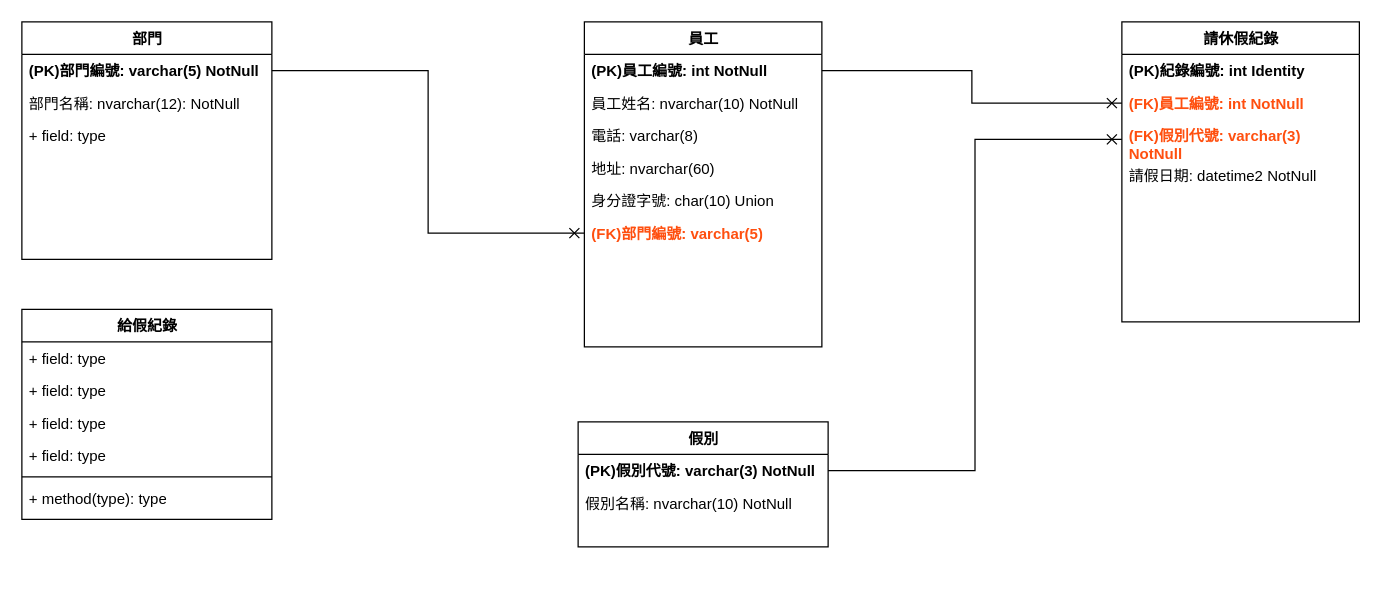
Above: Untitled Diagram.drawio in loveblue0121/T-SQL-ER (draw.io), before the change. Source tidied: cells renumbered, new cells numbered last; positions are measured from the earlier drawing's top-left corner, leaving out a move shared by most shapes. Both pictures are drawn from the tidied source at 125%, with x=0, y=0 at pixel (21, 21).
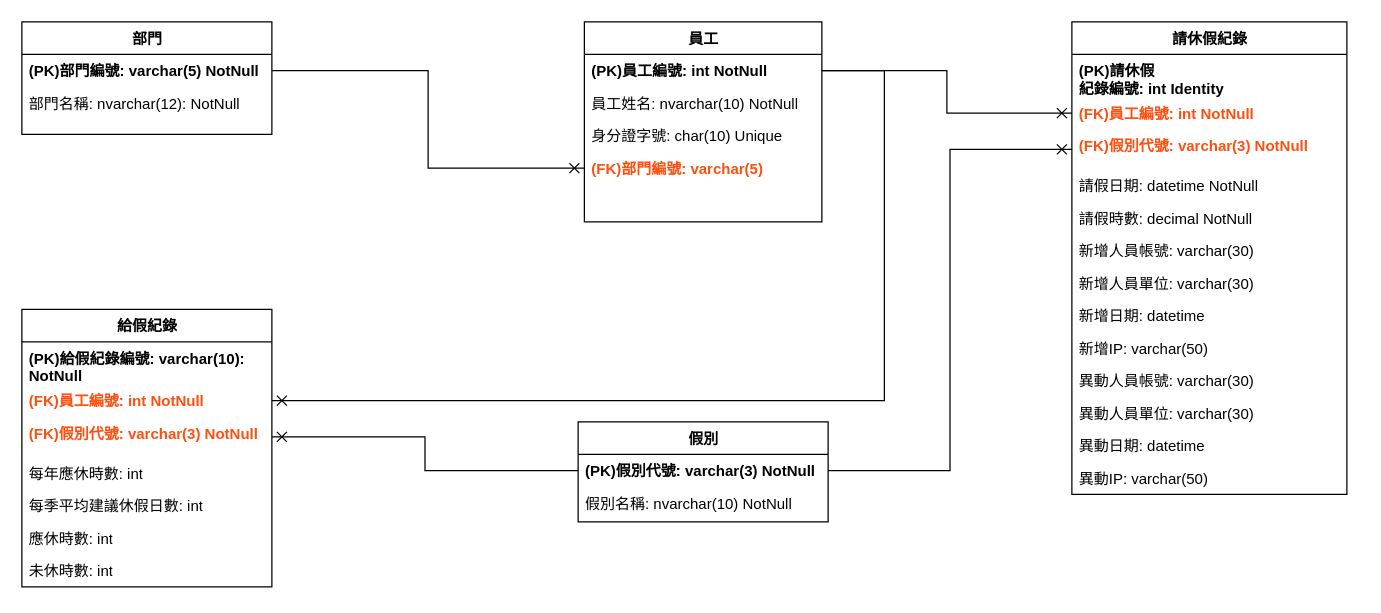
The same page after the edit.

The change refers to these unchanged cells:
```xml
<mxCell id="3" value="(PK)員工編號: int NotNull" style="text;html=1;strokeColor=none;fillColor=none;align=left;verticalAlign=top;spacingLeft=4;spacingRight=4;whiteSpace=wrap;overflow=hidden;points=[[0,0.5],[1,0.5]];portConstraint=eastwest;fontStyle=1;" parent="2" vertex="1">
  <mxGeometry y="26" width="190" height="26" as="geometry" />
</mxCell>
<mxCell id="33" value="(PK)假別代號: varchar(3) NotNull" style="text;html=1;strokeColor=none;fillColor=none;align=left;verticalAlign=top;spacingLeft=4;spacingRight=4;whiteSpace=wrap;overflow=hidden;points=[[0,0.5],[1,0.5]];portConstraint=eastwest;fontStyle=1;" parent="32" vertex="1">
  <mxGeometry y="26" width="200" height="26" as="geometry" />
</mxCell>
```

Diff of the diagram source:
```diff
@@
     <mxCell id="2" value="員工" style="swimlane;html=1;fontStyle=1;align=center;verticalAlign=top;horizontal=1;startSize=26;swimlaneFillColor=#ffffff;rounded=0;shadow=0;comic=0;labelBackgroundColor=none;strokeWidth=1;fillColor=none;fontFamily=Verdana;fontSize=12;" parent="1" vertex="1">
-      <mxGeometry x="450" width="190" height="260" as="geometry" />
+      <mxGeometry x="450" width="190" height="160" as="geometry" />
     </mxCell>
@@
-    <mxCell id="5" value="電話: varchar(8)" style="text;html=1;strokeColor=none;fillColor=none;align=left;verticalAlign=top;spacingLeft=4;spacingRight=4;whiteSpace=wrap;overflow=hidden;" parent="2" vertex="1">
-      <mxGeometry y="78" width="190" height="26" as="geometry" />
-    </mxCell>
-    <mxCell id="6" value="地址: nvarchar(60)" style="text;html=1;strokeColor=none;fillColor=none;align=left;verticalAlign=top;spacingLeft=4;spacingRight=4;whiteSpace=wrap;overflow=hidden;" parent="2" vertex="1">
-      <mxGeometry y="104" width="190" height="26" as="geometry" />
-    </mxCell>
-    <mxCell id="7" value="身分證字號: char(10) Union" style="text;html=1;strokeColor=none;fillColor=none;align=left;verticalAlign=top;spacingLeft=4;spacingRight=4;whiteSpace=wrap;overflow=hidden;" parent="2" vertex="1">
-      <mxGeometry y="130" width="190" height="26" as="geometry" />
+    <mxCell id="7" value="身分證字號: char(10) Unique" style="text;html=1;strokeColor=none;fillColor=none;align=left;verticalAlign=top;spacingLeft=4;spacingRight=4;whiteSpace=wrap;overflow=hidden;" parent="2" vertex="1">
+      <mxGeometry y="78" width="190" height="26" as="geometry" />
     </mxCell>
     <mxCell id="8" value="(FK)部門編號: varchar(5)" style="text;html=1;strokeColor=none;fillColor=none;align=left;verticalAlign=top;spacingLeft=4;spacingRight=4;whiteSpace=wrap;overflow=hidden;points=[[0,0.5],[1,0.5]];portConstraint=eastwest;fontColor=#FF4F0F;fontStyle=1;" parent="2" vertex="1">
-      <mxGeometry y="156" width="190" height="26" as="geometry" />
+      <mxGeometry y="104" width="190" height="26" as="geometry" />
     </mxCell>
-    <mxCell id="9" style="text;html=1;strokeColor=none;fillColor=none;align=left;verticalAlign=top;spacingLeft=4;spacingRight=4;whiteSpace=wrap;overflow=hidden;" parent="2" vertex="1">
-      <mxGeometry y="182" width="190" height="26" as="geometry" />
-    </mxCell>
     <mxCell id="10" style="text;html=1;strokeColor=none;fillColor=none;align=left;verticalAlign=top;spacingLeft=4;spacingRight=4;whiteSpace=wrap;overflow=hidden;" parent="2" vertex="1">
-      <mxGeometry y="208" width="190" height="26" as="geometry" />
+      <mxGeometry y="130" width="190" height="26" as="geometry" />
     </mxCell>
-    <mxCell id="11" style="text;html=1;strokeColor=none;fillColor=none;align=left;verticalAlign=top;spacingLeft=4;spacingRight=4;whiteSpace=wrap;overflow=hidden;" parent="2" vertex="1">
-      <mxGeometry y="234" width="190" height="26" as="geometry" />
-    </mxCell>
     <mxCell id="12" value="部門" style="swimlane;html=1;fontStyle=1;align=center;verticalAlign=top;horizontal=1;startSize=26;swimlaneFillColor=#ffffff;rounded=0;shadow=0;comic=0;labelBackgroundColor=none;strokeWidth=1;fillColor=none;fontFamily=Verdana;fontSize=12;" parent="1" vertex="1">
-      <mxGeometry width="200" height="190" as="geometry" />
+      <mxGeometry width="200" height="90" as="geometry" />
     </mxCell>
@@
-    <mxCell id="15" value="+ field: type" style="text;html=1;strokeColor=none;fillColor=none;align=left;verticalAlign=top;spacingLeft=4;spacingRight=4;whiteSpace=wrap;overflow=hidden;" parent="12" vertex="1">
-      <mxGeometry y="78" width="200" height="26" as="geometry" />
-    </mxCell>
     <mxCell id="16" value="請休假紀錄" style="swimlane;html=1;fontStyle=1;align=center;verticalAlign=top;horizontal=1;startSize=26;swimlaneFillColor=#ffffff;rounded=0;shadow=0;comic=0;labelBackgroundColor=none;strokeWidth=1;fillColor=none;fontFamily=Verdana;fontSize=12;" parent="1" vertex="1">
-      <mxGeometry x="880" width="190" height="240" as="geometry" />
+      <mxGeometry x="840" width="220" height="378" as="geometry" />
     </mxCell>
-    <mxCell id="17" value="(PK)紀錄編號: int Identity" style="text;html=1;strokeColor=none;fillColor=none;align=left;verticalAlign=top;spacingLeft=4;spacingRight=4;whiteSpace=wrap;overflow=hidden;fontStyle=1;" parent="16" vertex="1">
-      <mxGeometry y="26" width="190" height="26" as="geometry" />
+    <mxCell id="17" value="(PK)&lt;span style=&quot;font-family: &amp;#34;verdana&amp;#34; ; text-align: center&quot;&gt;請休假&lt;/span&gt;&lt;br&gt;紀錄編號: int Identity" style="text;html=1;strokeColor=none;fillColor=none;align=left;verticalAlign=top;spacingLeft=4;spacingRight=4;whiteSpace=wrap;overflow=hidden;fontStyle=1;" parent="16" vertex="1">
+      <mxGeometry y="26" width="220" height="34" as="geometry" />
     </mxCell>
     <mxCell id="18" value="(FK)員工編號: int NotNull" style="text;html=1;strokeColor=none;fillColor=none;align=left;verticalAlign=top;spacingLeft=4;spacingRight=4;whiteSpace=wrap;overflow=hidden;points=[[0,0.5],[1,0.5]];portConstraint=eastwest;fontColor=#FF4F0F;fontStyle=1;" parent="16" vertex="1">
-      <mxGeometry y="52" width="190" height="26" as="geometry" />
+      <mxGeometry y="60" width="220" height="26" as="geometry" />
     </mxCell>
     <mxCell id="19" value="(FK)假別代號: varchar(3) NotNull" style="text;html=1;strokeColor=none;fillColor=none;align=left;verticalAlign=top;spacingLeft=4;spacingRight=4;whiteSpace=wrap;overflow=hidden;points=[[0,0.5],[1,0.5]];portConstraint=eastwest;fontStyle=1;fontColor=#FF4F0F;" parent="16" vertex="1">
-      <mxGeometry y="78" width="190" height="32" as="geometry" />
+      <mxGeometry y="86" width="220" height="32" as="geometry" />
     </mxCell>
-    <mxCell id="20" value="請假日期: datetime2 NotNull" style="text;html=1;strokeColor=none;fillColor=none;align=left;verticalAlign=top;spacingLeft=4;spacingRight=4;whiteSpace=wrap;overflow=hidden;" parent="16" vertex="1">
-      <mxGeometry y="110" width="190" height="26" as="geometry" />
+    <mxCell id="20" value="請假日期: datetime NotNull" style="text;html=1;strokeColor=none;fillColor=none;align=left;verticalAlign=top;spacingLeft=4;spacingRight=4;whiteSpace=wrap;overflow=hidden;" parent="16" vertex="1">
+      <mxGeometry y="118" width="220" height="26" as="geometry" />
     </mxCell>
+    <mxCell id="38" value="請假時數: decimal NotNull" style="text;html=1;strokeColor=none;fillColor=none;align=left;verticalAlign=top;spacingLeft=4;spacingRight=4;whiteSpace=wrap;overflow=hidden;" parent="16" vertex="1">
+      <mxGeometry y="144" width="220" height="26" as="geometry" />
+    </mxCell>
+    <mxCell id="9" value="新增人員帳號: varchar(30)" style="text;html=1;strokeColor=none;fillColor=none;align=left;verticalAlign=top;spacingLeft=4;spacingRight=4;whiteSpace=wrap;overflow=hidden;" parent="16" vertex="1">
+      <mxGeometry y="170" width="220" height="26" as="geometry" />
+    </mxCell>
-    <mxCell id="21" style="text;html=1;strokeColor=none;fillColor=none;align=left;verticalAlign=top;spacingLeft=4;spacingRight=4;whiteSpace=wrap;overflow=hidden;" parent="16" vertex="1">
-      <mxGeometry y="136" width="190" height="26" as="geometry" />
+    <mxCell id="21" value="新增人員單位: varchar(30)" style="text;html=1;strokeColor=none;fillColor=none;align=left;verticalAlign=top;spacingLeft=4;spacingRight=4;whiteSpace=wrap;overflow=hidden;" parent="16" vertex="1">
+      <mxGeometry y="196" width="220" height="26" as="geometry" />
     </mxCell>
-    <mxCell id="22" style="text;html=1;strokeColor=none;fillColor=none;align=left;verticalAlign=top;spacingLeft=4;spacingRight=4;whiteSpace=wrap;overflow=hidden;" parent="16" vertex="1">
-      <mxGeometry y="162" width="190" height="26" as="geometry" />
+    <mxCell id="22" value="新增日期: datetime" style="text;html=1;strokeColor=none;fillColor=none;align=left;verticalAlign=top;spacingLeft=4;spacingRight=4;whiteSpace=wrap;overflow=hidden;" parent="16" vertex="1">
+      <mxGeometry y="222" width="220" height="26" as="geometry" />
     </mxCell>
-    <mxCell id="23" style="text;html=1;strokeColor=none;fillColor=none;align=left;verticalAlign=top;spacingLeft=4;spacingRight=4;whiteSpace=wrap;overflow=hidden;" parent="16" vertex="1">
-      <mxGeometry y="188" width="190" height="26" as="geometry" />
+    <mxCell id="23" value="新增IP: varchar(50)" style="text;html=1;strokeColor=none;fillColor=none;align=left;verticalAlign=top;spacingLeft=4;spacingRight=4;whiteSpace=wrap;overflow=hidden;" parent="16" vertex="1">
+      <mxGeometry y="248" width="220" height="26" as="geometry" />
     </mxCell>
-    <mxCell id="24" style="text;html=1;strokeColor=none;fillColor=none;align=left;verticalAlign=top;spacingLeft=4;spacingRight=4;whiteSpace=wrap;overflow=hidden;" parent="16" vertex="1">
-      <mxGeometry y="214" width="190" height="26" as="geometry" />
-    </mxCell>
+    <mxCell id="39" value="異動人員帳號: varchar(30)" style="text;html=1;strokeColor=none;fillColor=none;align=left;verticalAlign=top;spacingLeft=4;spacingRight=4;whiteSpace=wrap;overflow=hidden;" parent="16" vertex="1">
+      <mxGeometry y="274" width="220" height="26" as="geometry" />
+    </mxCell>
+    <mxCell id="40" value="異動人員單位: varchar(30)" style="text;html=1;strokeColor=none;fillColor=none;align=left;verticalAlign=top;spacingLeft=4;spacingRight=4;whiteSpace=wrap;overflow=hidden;" parent="16" vertex="1">
+      <mxGeometry y="300" width="220" height="26" as="geometry" />
+    </mxCell>
+    <mxCell id="41" value="異動日期: datetime" style="text;html=1;strokeColor=none;fillColor=none;align=left;verticalAlign=top;spacingLeft=4;spacingRight=4;whiteSpace=wrap;overflow=hidden;" parent="16" vertex="1">
+      <mxGeometry y="326" width="220" height="26" as="geometry" />
+    </mxCell>
+    <mxCell id="42" value="異動IP: varchar(50)" style="text;html=1;strokeColor=none;fillColor=none;align=left;verticalAlign=top;spacingLeft=4;spacingRight=4;whiteSpace=wrap;overflow=hidden;" parent="16" vertex="1">
+      <mxGeometry y="352" width="220" height="26" as="geometry" />
+    </mxCell>
     <mxCell id="25" value="給假紀錄" style="swimlane;html=1;fontStyle=1;align=center;verticalAlign=top;horizontal=1;startSize=26;swimlaneFillColor=#ffffff;rounded=0;shadow=0;comic=0;labelBackgroundColor=none;strokeWidth=1;fillColor=none;fontFamily=Verdana;fontSize=12;" parent="1" vertex="1">
-      <mxGeometry y="230" width="200" height="168" as="geometry" />
+      <mxGeometry y="230" width="200" height="222" as="geometry" />
     </mxCell>
-    <mxCell id="26" value="+ field: type" style="text;html=1;strokeColor=none;fillColor=none;align=left;verticalAlign=top;spacingLeft=4;spacingRight=4;whiteSpace=wrap;overflow=hidden;" parent="25" vertex="1">
-      <mxGeometry y="26" width="200" height="26" as="geometry" />
+    <mxCell id="26" value="(PK)給假紀錄編號: varchar(10): NotNull" style="text;html=1;strokeColor=none;fillColor=none;align=left;verticalAlign=top;spacingLeft=4;spacingRight=4;whiteSpace=wrap;overflow=hidden;fontStyle=1;" parent="25" vertex="1">
+      <mxGeometry y="26" width="200" height="34" as="geometry" />
     </mxCell>
+    <mxCell id="43" value="(FK)員工編號: int NotNull" style="text;html=1;strokeColor=none;fillColor=none;align=left;verticalAlign=top;spacingLeft=4;spacingRight=4;whiteSpace=wrap;overflow=hidden;points=[[0,0.5],[1,0.5]];portConstraint=eastwest;fontColor=#FF4F0F;fontStyle=1;" parent="25" vertex="1">
+      <mxGeometry y="60" width="200" height="26" as="geometry" />
+    </mxCell>
+    <mxCell id="44" value="(FK)假別代號: varchar(3) NotNull" style="text;html=1;strokeColor=none;fillColor=none;align=left;verticalAlign=top;spacingLeft=4;spacingRight=4;whiteSpace=wrap;overflow=hidden;points=[[0,0.5],[1,0.5]];portConstraint=eastwest;fontStyle=1;fontColor=#FF4F0F;" parent="25" vertex="1">
+      <mxGeometry y="86" width="200" height="32" as="geometry" />
+    </mxCell>
-    <mxCell id="27" value="+ field: type" style="text;html=1;strokeColor=none;fillColor=none;align=left;verticalAlign=top;spacingLeft=4;spacingRight=4;whiteSpace=wrap;overflow=hidden;" parent="25" vertex="1">
-      <mxGeometry y="52" width="200" height="26" as="geometry" />
+    <mxCell id="27" value="每年應休時數: int" style="text;html=1;strokeColor=none;fillColor=none;align=left;verticalAlign=top;spacingLeft=4;spacingRight=4;whiteSpace=wrap;overflow=hidden;" parent="25" vertex="1">
+      <mxGeometry y="118" width="200" height="26" as="geometry" />
     </mxCell>
-    <mxCell id="28" value="+ field: type" style="text;html=1;strokeColor=none;fillColor=none;align=left;verticalAlign=top;spacingLeft=4;spacingRight=4;whiteSpace=wrap;overflow=hidden;" parent="25" vertex="1">
-      <mxGeometry y="78" width="200" height="26" as="geometry" />
+    <mxCell id="28" value="每季平均建議休假日數: int" style="text;html=1;strokeColor=none;fillColor=none;align=left;verticalAlign=top;spacingLeft=4;spacingRight=4;whiteSpace=wrap;overflow=hidden;" parent="25" vertex="1">
+      <mxGeometry y="144" width="200" height="26" as="geometry" />
     </mxCell>
-    <mxCell id="29" value="+ field: type" style="text;html=1;strokeColor=none;fillColor=none;align=left;verticalAlign=top;spacingLeft=4;spacingRight=4;whiteSpace=wrap;overflow=hidden;" parent="25" vertex="1">
-      <mxGeometry y="104" width="200" height="26" as="geometry" />
+    <mxCell id="29" value="應休時數: int" style="text;html=1;strokeColor=none;fillColor=none;align=left;verticalAlign=top;spacingLeft=4;spacingRight=4;whiteSpace=wrap;overflow=hidden;" parent="25" vertex="1">
+      <mxGeometry y="170" width="200" height="26" as="geometry" />
     </mxCell>
-    <mxCell id="30" style="line;html=1;strokeWidth=1;fillColor=none;align=left;verticalAlign=middle;spacingTop=-1;spacingLeft=3;spacingRight=3;labelPosition=right;" parent="25" vertex="1">
-      <mxGeometry y="130" width="200" height="8" as="geometry" />
-    </mxCell>
-    <mxCell id="31" value="+ method(type): type" style="text;html=1;strokeColor=none;fillColor=none;align=left;verticalAlign=top;spacingLeft=4;spacingRight=4;whiteSpace=wrap;overflow=hidden;" parent="25" vertex="1">
-      <mxGeometry y="138" width="200" height="26" as="geometry" />
-    </mxCell>
+    <mxCell id="45" value="未休時數: int" style="text;html=1;strokeColor=none;fillColor=none;align=left;verticalAlign=top;spacingLeft=4;spacingRight=4;whiteSpace=wrap;overflow=hidden;" parent="25" vertex="1">
+      <mxGeometry y="196" width="200" height="26" as="geometry" />
+    </mxCell>
     <mxCell id="32" value="假別" style="swimlane;html=1;fontStyle=1;align=center;verticalAlign=top;horizontal=1;startSize=26;swimlaneFillColor=#ffffff;rounded=0;shadow=0;comic=0;labelBackgroundColor=none;strokeWidth=1;fillColor=none;fontFamily=Verdana;fontSize=12;" parent="1" vertex="1">
-      <mxGeometry x="445" y="320" width="200" height="100" as="geometry" />
+      <mxGeometry x="445" y="320" width="200" height="80" as="geometry" />
     </mxCell>
@@
+    <mxCell id="46" style="edgeStyle=orthogonalEdgeStyle;rounded=0;jettySize=auto;html=1;exitX=0;exitY=0.5;exitDx=0;exitDy=0;entryX=1;entryY=0.5;entryDx=0;entryDy=0;fontColor=#FF4F0F;endArrow=cross;endFill=0;" parent="1" edge="1" source="33" target="44">
+      <mxGeometry relative="1" as="geometry" />
+    </mxCell>
+    <mxCell id="47" style="edgeStyle=orthogonalEdgeStyle;rounded=0;jettySize=auto;html=1;exitX=1;exitY=0.5;exitDx=0;exitDy=0;entryX=1;entryY=0.5;entryDx=0;entryDy=0;fontColor=#FF4F0F;endArrow=cross;endFill=0;" parent="1" edge="1" source="3" target="43">
+      <mxGeometry relative="1" as="geometry">
+        <Array as="points">
+          <mxPoint x="690" y="39" />
+          <mxPoint x="690" y="303" />
+        </Array>
+      </mxGeometry>
+    </mxCell>
```
